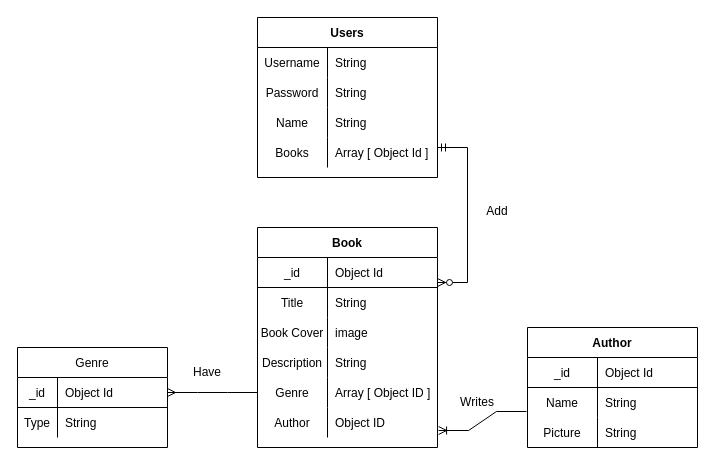
Above: assets/The_Library_Of_Me_ERD.drawio in pierocaceres/The_Library_Of_Me (draw.io), before the change. Source tidied: cells renumbered, new cells numbered last; positions are measured from the earlier drawing's top-left corner, leaving out a move shared by most shapes. Both pictures are drawn from the tidied source at 100%, with x=0, y=0 at pixel (17, 17).
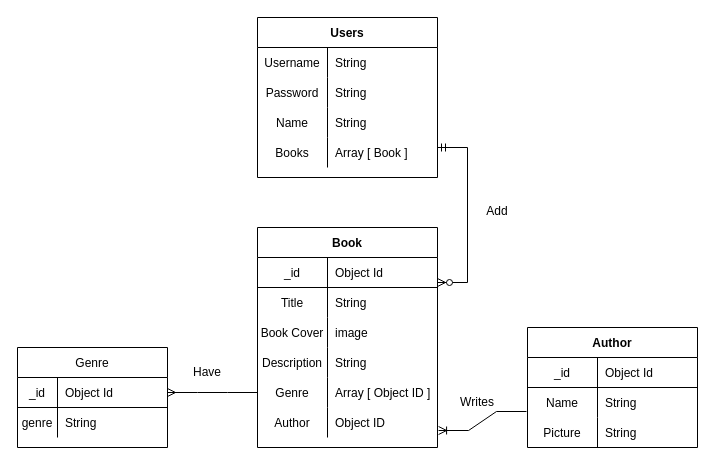
The same page after the edit.

Unchanged cells that the change refers to:
```xml
<mxCell id="25" style="shape=partialRectangle;fillColor=none;top=0;left=0;right=0;bottom=0;" parent="21" vertex="1">
  <mxGeometry y="60" width="150" height="30" as="geometry" />
</mxCell>
<mxCell id="49" style="shape=tableRow;horizontal=0;startSize=0;swimlaneHead=0;swimlaneBody=0;fillColor=none;top=0;left=0;right=0;bottom=0;" parent="39" vertex="1">
  <mxGeometry y="120" width="180" height="30" as="geometry" />
</mxCell>
```

Change to the diagram source:
```diff
@@
-    <mxCell id="26" value="Type" style="shape=partialRectangle;overflow=hidden;fillColor=none;top=0;left=0;bottom=0;right=0;" parent="25" vertex="1">
+    <mxCell id="26" value="genre" style="shape=partialRectangle;overflow=hidden;fillColor=none;top=0;left=0;bottom=0;right=0;" parent="25" vertex="1">
       <mxGeometry width="40" height="30" as="geometry" />
     </mxCell>
@@
-    <mxCell id="51" value="Array [ Object Id ]" style="shape=partialRectangle;fillColor=none;top=0;left=0;bottom=0;right=0;align=left;spacingLeft=6;overflow=hidden;" parent="49" vertex="1">
+    <mxCell id="51" value="Array [ Book ]" style="shape=partialRectangle;fillColor=none;top=0;left=0;bottom=0;right=0;align=left;spacingLeft=6;overflow=hidden;" parent="49" vertex="1">
       <mxGeometry x="70" width="110" height="30" as="geometry" />
     </mxCell>
```
